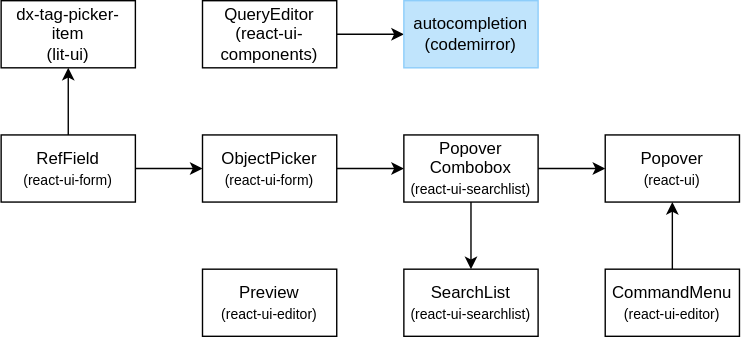
This is packages/ui/react-ui-components/docs/components.drawio.svg from dxos/dxos, a draw.io export, as it was before one commit. Source tidied: cells renumbered, new cells last; positions are measured from the earlier drawing's top-left corner, leaving out a move shared by most shapes.
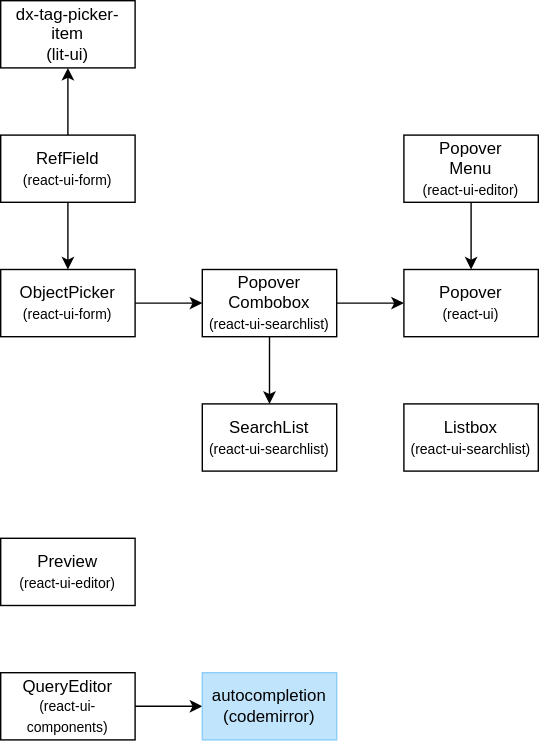
After the commit.

What changed in the source:
```diff
@@ -15,7 +15,7 @@
       <mxGeometry relative="1" as="geometry" />
     </mxCell>
     <mxCell id="6" value="ObjectPicker&lt;br&gt;&lt;font style=&quot;font-size: 10px;&quot;&gt;(react-ui-form)&lt;/font&gt;" style="rounded=0;whiteSpace=wrap;html=1;" parent="1" vertex="1">
-      <mxGeometry x="144" y="96" width="96" height="48" as="geometry" />
+      <mxGeometry y="192" width="96" height="48" as="geometry" />
     </mxCell>
     <mxCell id="7" value="dx-tag-picker-item&lt;br&gt;(lit-ui)" style="rounded=0;whiteSpace=wrap;html=1;" parent="1" vertex="1">
       <mxGeometry width="96" height="48" as="geometry" />
@@ -23,11 +23,11 @@
     <mxCell id="8" style="edgeStyle=none;html=1;" parent="1" edge="1" source="9" target="10">
       <mxGeometry relative="1" as="geometry" />
     </mxCell>
-    <mxCell id="9" value="CommandMenu&lt;br&gt;&lt;font style=&quot;font-size: 10px;&quot;&gt;(react-ui-editor)&lt;/font&gt;" style="rounded=0;whiteSpace=wrap;html=1;" parent="1" vertex="1">
-      <mxGeometry x="432" y="192" width="96" height="48" as="geometry" />
+    <mxCell id="9" value="Popover&lt;br&gt;Menu&lt;br&gt;&lt;font style=&quot;font-size: 10px;&quot;&gt;(react-ui-editor)&lt;/font&gt;" style="rounded=0;whiteSpace=wrap;html=1;" parent="1" vertex="1">
+      <mxGeometry x="288" y="96" width="96" height="48" as="geometry" />
     </mxCell>
     <mxCell id="10" value="Popover&lt;br&gt;&lt;font style=&quot;font-size: 10px;&quot;&gt;(react-ui)&lt;/font&gt;" style="rounded=0;whiteSpace=wrap;html=1;" parent="1" vertex="1">
-      <mxGeometry x="432" y="96" width="96" height="48" as="geometry" />
+      <mxGeometry x="288" y="192" width="96" height="48" as="geometry" />
     </mxCell>
     <mxCell id="11" style="edgeStyle=none;html=1;exitX=1;exitY=0.5;exitDx=0;exitDy=0;" parent="1" edge="1" source="13" target="10">
       <mxGeometry relative="1" as="geometry" />
@@ -36,22 +36,25 @@
       <mxGeometry relative="1" as="geometry" />
     </mxCell>
     <mxCell id="13" value="Popover&lt;br&gt;Combobox&lt;br&gt;&lt;font style=&quot;font-size: 10px;&quot;&gt;(react-ui-searchlist)&lt;/font&gt;" style="rounded=0;whiteSpace=wrap;html=1;" parent="1" vertex="1">
-      <mxGeometry x="288" y="96" width="96" height="48" as="geometry" />
+      <mxGeometry x="144" y="192" width="96" height="48" as="geometry" />
     </mxCell>
     <mxCell id="14" value="SearchList&lt;br&gt;&lt;font style=&quot;font-size: 10px;&quot;&gt;(react-ui-searchlist)&lt;/font&gt;" style="rounded=0;whiteSpace=wrap;html=1;" parent="1" vertex="1">
-      <mxGeometry x="288" y="192" width="96" height="48" as="geometry" />
+      <mxGeometry x="144" y="288" width="96" height="48" as="geometry" />
     </mxCell>
     <mxCell id="15" style="edgeStyle=none;html=1;exitX=1;exitY=0.5;exitDx=0;exitDy=0;" parent="1" edge="1" source="16" target="17">
       <mxGeometry relative="1" as="geometry" />
     </mxCell>
-    <mxCell id="16" value="QueryEditor&lt;br&gt;(react-ui-components)" style="rounded=0;whiteSpace=wrap;html=1;" parent="1" vertex="1">
-      <mxGeometry x="144" width="96" height="48" as="geometry" />
+    <mxCell id="16" value="QueryEditor&lt;br&gt;&lt;font style=&quot;font-size: 10px;&quot;&gt;(react-ui-components)&lt;/font&gt;" style="rounded=0;whiteSpace=wrap;html=1;" parent="1" vertex="1">
+      <mxGeometry y="480" width="96" height="48" as="geometry" />
     </mxCell>
     <mxCell id="17" value="autocompletion&lt;br&gt;(codemirror)" style="rounded=0;whiteSpace=wrap;html=1;fillColor=#C0E4FC;fontColor=#000000;strokeColor=#8DCDFA;" parent="1" vertex="1">
-      <mxGeometry x="288" width="96" height="48" as="geometry" />
+      <mxGeometry x="144" y="480" width="96" height="48" as="geometry" />
     </mxCell>
     <mxCell id="18" value="Preview&lt;br&gt;&lt;font style=&quot;font-size: 10px;&quot;&gt;(react-ui-editor)&lt;/font&gt;" style="rounded=0;whiteSpace=wrap;html=1;" parent="1" vertex="1">
-      <mxGeometry x="144" y="192" width="96" height="48" as="geometry" />
+      <mxGeometry y="384" width="96" height="48" as="geometry" />
     </mxCell>
+    <mxCell id="19" value="Listbox&lt;br&gt;&lt;font style=&quot;font-size: 10px;&quot;&gt;(react-ui-searchlist)&lt;/font&gt;" style="rounded=0;whiteSpace=wrap;html=1;" parent="1" vertex="1">
+      <mxGeometry x="288" y="288" width="96" height="48" as="geometry" />
+    </mxCell>
   </root>
 </mxGraphModel>
```
